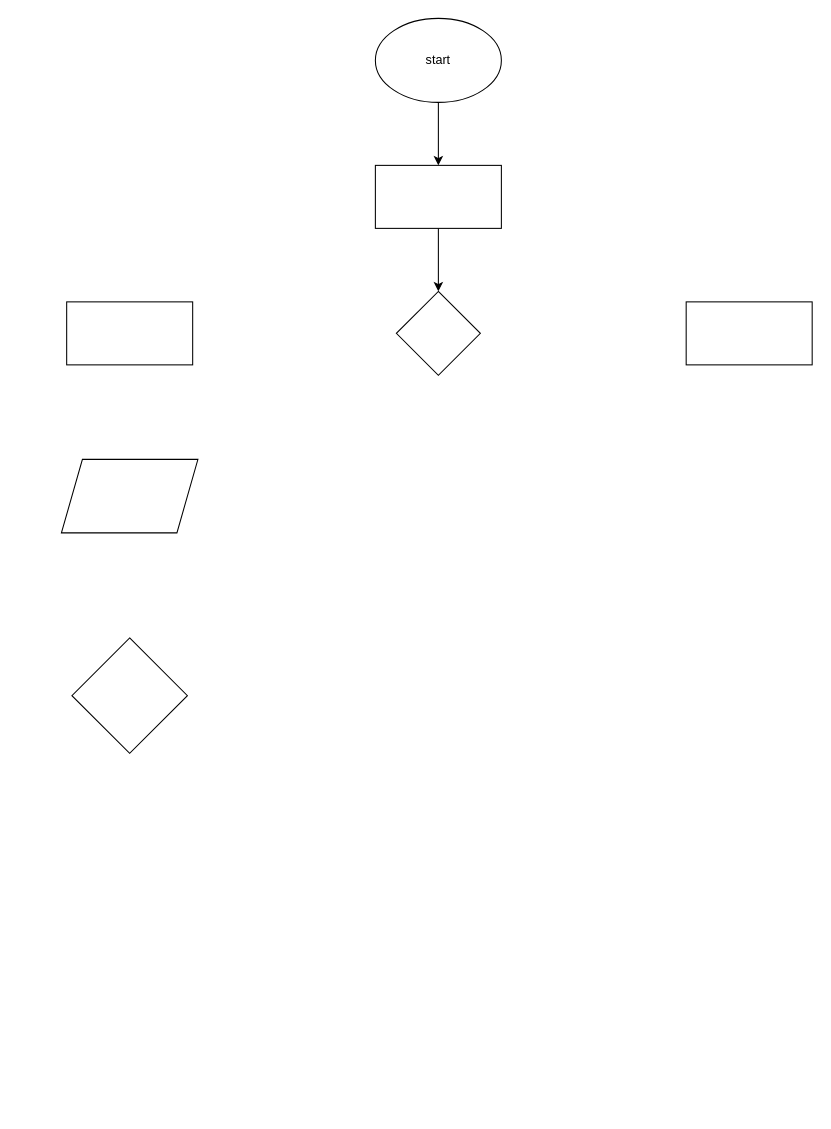
The draw.io diagram Untitled Diagram.drawio in Mamanggans/Basic_banking_sysytem, before the edit. Source tidied: cells renumbered, new cells numbered last; positions are measured from the earlier drawing's top-left corner, leaving out a move shared by most shapes. Both pictures are drawn from the tidied source at 105%, with x=0, y=0 at pixel (61, 18).
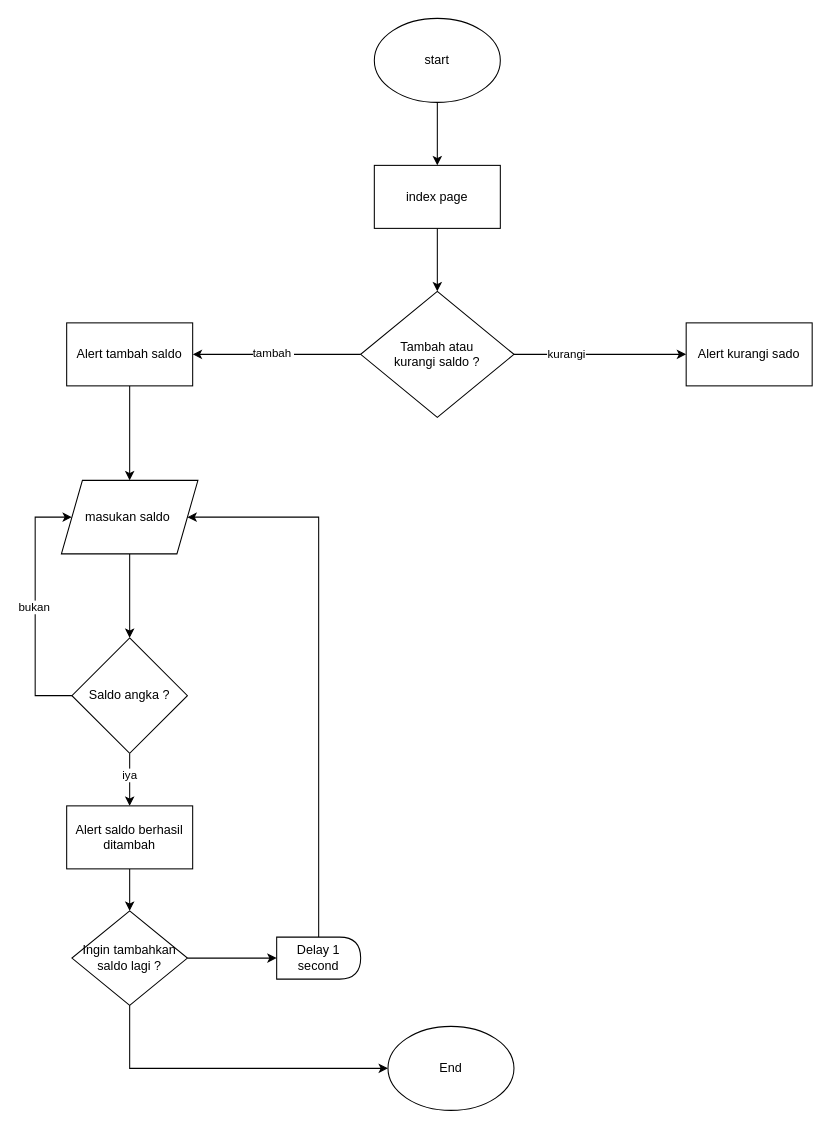
Above is the later version.

Commit message:
left side done.drawio

What changed in the source:
```diff
@@
     <mxCell id="3" value="start" style="ellipse;whiteSpace=wrap;html=1;" parent="1" vertex="1">
-      <mxGeometry x="299" width="120" height="80" as="geometry" />
+      <mxGeometry x="298" width="120" height="80" as="geometry" />
     </mxCell>
@@
-    <mxCell id="5" style="rounded=0;whiteSpace=wrap;html=1;" parent="1" vertex="1">
-      <mxGeometry x="299" y="140" width="120" height="60" as="geometry" />
+    <mxCell id="5" value="index page" style="rounded=0;whiteSpace=wrap;html=1;" parent="1" vertex="1">
+      <mxGeometry x="298" y="140" width="120" height="60" as="geometry" />
     </mxCell>
+    <mxCell id="11" style="edgeStyle=orthogonalEdgeStyle;rounded=0;jettySize=auto;html=1;entryX=1;entryY=0.5;entryDx=0;entryDy=0;" parent="1" edge="1" source="6" target="7">
+      <mxGeometry relative="1" as="geometry" />
+    </mxCell>
+    <mxCell id="12" value="tambah&amp;nbsp;" style="edgeLabel;html=1;align=center;verticalAlign=middle;" parent="11" vertex="1">
+      <mxGeometry x="0.05" y="-2" relative="1" as="geometry" />
+    </mxCell>
+    <mxCell id="13" style="edgeStyle=orthogonalEdgeStyle;rounded=0;jettySize=auto;html=1;" parent="1" edge="1" source="6" target="8">
+      <mxGeometry relative="1" as="geometry" />
+    </mxCell>
+    <mxCell id="14" value="kurangi" style="edgeLabel;html=1;align=center;verticalAlign=middle;" parent="13" vertex="1">
+      <mxGeometry x="-0.4" y="1" relative="1" as="geometry" />
+    </mxCell>
-    <mxCell id="6" style="rhombus;whiteSpace=wrap;html=1;" parent="1" vertex="1">
-      <mxGeometry x="319" y="260" width="80" height="80" as="geometry" />
+    <mxCell id="6" value="Tambah atau &lt;br&gt;kurangi saldo ?" style="rhombus;whiteSpace=wrap;html=1;" parent="1" vertex="1">
+      <mxGeometry x="285" y="260" width="146" height="120" as="geometry" />
     </mxCell>
+    <mxCell id="15" style="edgeStyle=orthogonalEdgeStyle;rounded=0;jettySize=auto;html=1;" parent="1" edge="1" source="7" target="9">
+      <mxGeometry relative="1" as="geometry" />
+    </mxCell>
-    <mxCell id="7" style="rounded=0;whiteSpace=wrap;html=1;" parent="1" vertex="1">
-      <mxGeometry x="5" y="270" width="120" height="60" as="geometry" />
+    <mxCell id="7" value="Alert tambah saldo" style="rounded=0;whiteSpace=wrap;html=1;" parent="1" vertex="1">
+      <mxGeometry x="5" y="290" width="120" height="60" as="geometry" />
     </mxCell>
-    <mxCell id="8" style="rounded=0;whiteSpace=wrap;html=1;" parent="1" vertex="1">
-      <mxGeometry x="595" y="270" width="120" height="60" as="geometry" />
+    <mxCell id="8" value="Alert kurangi sado" style="rounded=0;whiteSpace=wrap;html=1;" parent="1" vertex="1">
+      <mxGeometry x="595" y="290" width="120" height="60" as="geometry" />
     </mxCell>
+    <mxCell id="16" style="edgeStyle=orthogonalEdgeStyle;rounded=0;jettySize=auto;html=1;" parent="1" edge="1" source="9" target="10">
+      <mxGeometry relative="1" as="geometry" />
+    </mxCell>
-    <mxCell id="9" style="shape=parallelogram;perimeter=parallelogramPerimeter;whiteSpace=wrap;html=1;fixedSize=1;" parent="1" vertex="1">
-      <mxGeometry y="420" width="130" height="70" as="geometry" />
+    <mxCell id="9" value="masukan saldo&amp;nbsp;" style="shape=parallelogram;perimeter=parallelogramPerimeter;whiteSpace=wrap;html=1;fixedSize=1;" parent="1" vertex="1">
+      <mxGeometry y="440" width="130" height="70" as="geometry" />
     </mxCell>
+    <mxCell id="17" style="edgeStyle=orthogonalEdgeStyle;rounded=0;jettySize=auto;html=1;entryX=0;entryY=0.5;entryDx=0;entryDy=0;exitX=0;exitY=0.5;exitDx=0;exitDy=0;" parent="1" edge="1" source="10" target="9">
+      <mxGeometry relative="1" as="geometry">
+        <Array as="points">
+          <mxPoint x="-25" y="645" />
+          <mxPoint x="-25" y="475" />
+        </Array>
+      </mxGeometry>
+    </mxCell>
+    <mxCell id="18" value="bukan" style="edgeLabel;html=1;align=center;verticalAlign=middle;" parent="17" vertex="1">
+      <mxGeometry y="2" relative="1" as="geometry" />
+    </mxCell>
+    <mxCell id="19" style="edgeStyle=orthogonalEdgeStyle;rounded=0;jettySize=auto;html=1;" parent="1" edge="1" source="10" target="22">
+      <mxGeometry relative="1" as="geometry" />
+    </mxCell>
+    <mxCell id="20" value="iya" style="edgeLabel;html=1;align=center;verticalAlign=middle;" parent="19" vertex="1">
+      <mxGeometry x="-0.19" y="-1" relative="1" as="geometry" />
+    </mxCell>
-    <mxCell id="10" style="rhombus;whiteSpace=wrap;html=1;" parent="1" vertex="1">
+    <mxCell id="10" value="Saldo angka ?" style="rhombus;whiteSpace=wrap;html=1;" parent="1" vertex="1">
       <mxGeometry x="10" y="590" width="110" height="110" as="geometry" />
     </mxCell>
+    <mxCell id="21" style="edgeStyle=orthogonalEdgeStyle;rounded=0;jettySize=auto;html=1;" parent="1" edge="1" source="22" target="25">
+      <mxGeometry relative="1" as="geometry" />
+    </mxCell>
+    <mxCell id="22" value="Alert saldo berhasil ditambah" style="rounded=0;whiteSpace=wrap;html=1;" parent="1" vertex="1">
+      <mxGeometry x="5" y="750" width="120" height="60" as="geometry" />
+    </mxCell>
+    <mxCell id="23" style="edgeStyle=orthogonalEdgeStyle;rounded=0;jettySize=auto;html=1;entryX=0;entryY=0.5;entryDx=0;entryDy=0;" parent="1" edge="1" source="25" target="28">
+      <mxGeometry relative="1" as="geometry">
+        <Array as="points">
+          <mxPoint x="65" y="1000" />
+        </Array>
+      </mxGeometry>
+    </mxCell>
+    <mxCell id="24" style="edgeStyle=orthogonalEdgeStyle;rounded=0;jettySize=auto;html=1;" parent="1" edge="1" source="25" target="27">
+      <mxGeometry relative="1" as="geometry" />
+    </mxCell>
+    <mxCell id="25" value="Ingin tambahkan saldo lagi ?" style="rhombus;whiteSpace=wrap;html=1;" parent="1" vertex="1">
+      <mxGeometry x="10" y="850" width="110" height="90" as="geometry" />
+    </mxCell>
+    <mxCell id="26" style="edgeStyle=orthogonalEdgeStyle;rounded=0;jettySize=auto;html=1;entryX=1;entryY=0.5;entryDx=0;entryDy=0;" parent="1" edge="1" source="27" target="9">
+      <mxGeometry relative="1" as="geometry">
+        <Array as="points">
+          <mxPoint x="245" y="475" />
+        </Array>
+      </mxGeometry>
+    </mxCell>
+    <mxCell id="27" value="Delay 1 second" style="shape=delay;whiteSpace=wrap;html=1;" parent="1" vertex="1">
+      <mxGeometry x="205" y="875" width="80" height="40" as="geometry" />
+    </mxCell>
+    <mxCell id="28" value="End" style="ellipse;whiteSpace=wrap;html=1;" parent="1" vertex="1">
+      <mxGeometry x="311" y="960" width="120" height="80" as="geometry" />
+    </mxCell>
```
